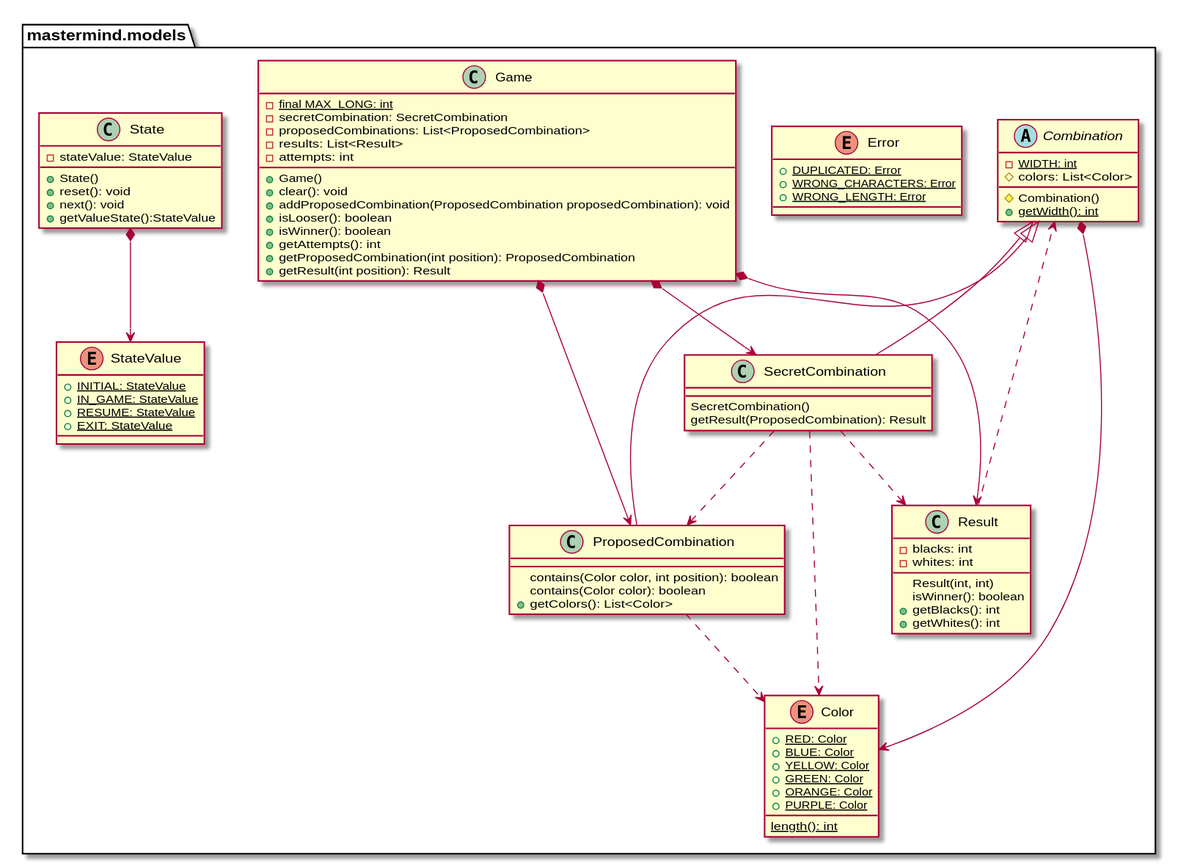
amartinm82/mastermind keeps this PlantUML diagram as docs/build/docs/asciidoc/images/paqueteMastermindModel.svg. Above is the earlier version.
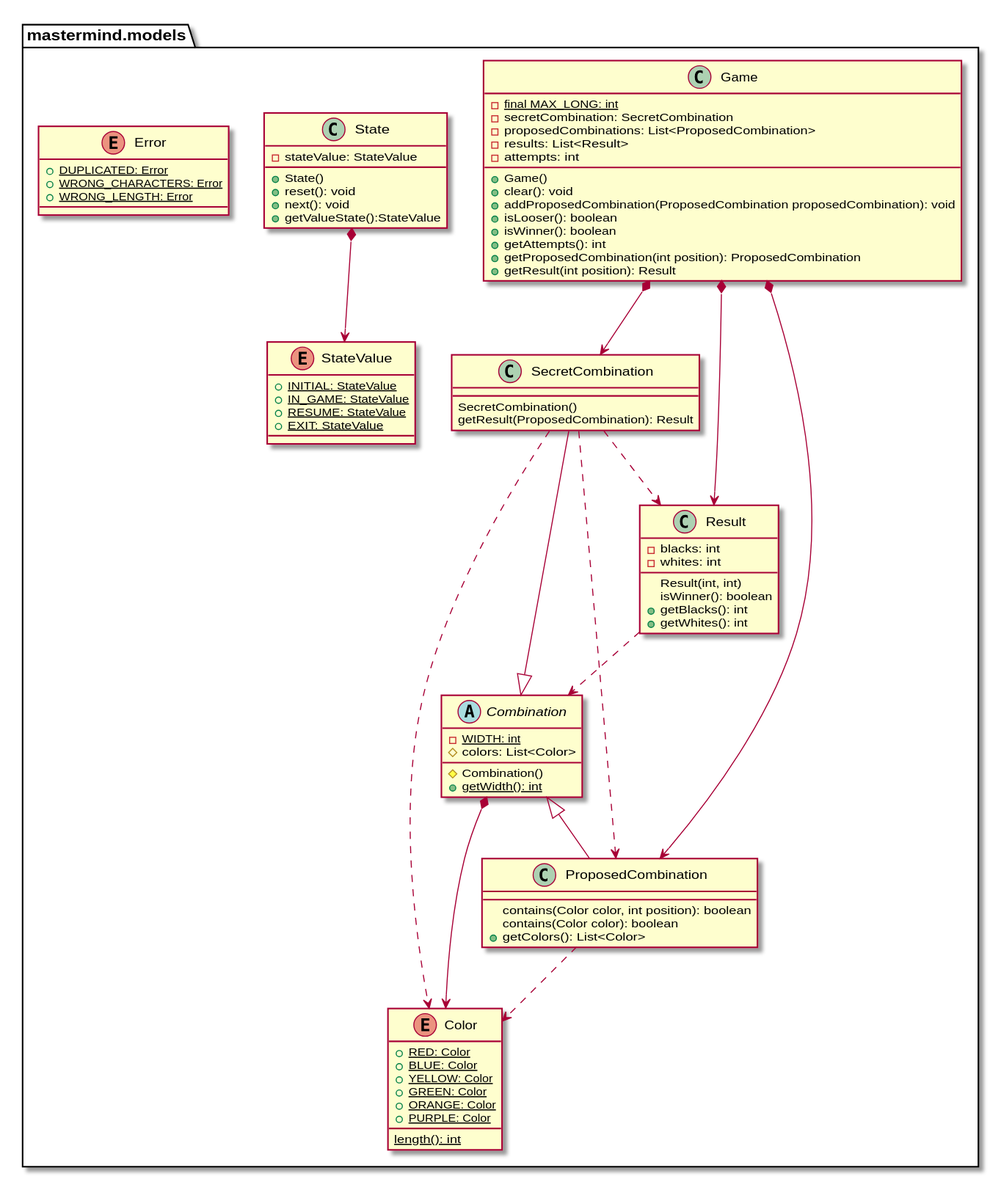
Above is the later version.

Diff of the diagram source:
```diff
@@ -8,20 +8,6 @@
 + {static} ORANGE: Color
 + {static} PURPLE: Color
 {static} length(): int
-}
-
-abstract class mastermind.models.Combination{
-- {static} WIDTH: int
-# colors: List<Color>
-# Combination()
-+ {static} getWidth(): int
-}
-mastermind.models.Combination *-down-> mastermind.models.Color
-
-enum mastermind.models.Error{
-+ {static} DUPLICATED: Error
-+ {static} WRONG_CHARACTERS: Error
-+ {static} WRONG_LENGTH: Error
 }
 
 class  mastermind.models.Game{
@@ -71,6 +57,14 @@
 mastermind.models.SecretCombination .down.> mastermind.models.ProposedCombination
 mastermind.models.SecretCombination .down.> mastermind.models.Color
 
+abstract class mastermind.models.Combination{
+- {static} WIDTH: int
+# colors: List<Color>
+# Combination()
++ {static} getWidth(): int
+}
+mastermind.models.Combination *-down-> mastermind.models.Color
+
 class mastermind.models.State {
 - stateValue: StateValue
 + State()
@@ -87,4 +81,10 @@
 + {static} RESUME: StateValue
 + {static} EXIT: StateValue
 }
+
+enum mastermind.models.Error{
++ {static} DUPLICATED: Error
++ {static} WRONG_CHARACTERS: Error
++ {static} WRONG_LENGTH: Error
+}
 @enduml
```
